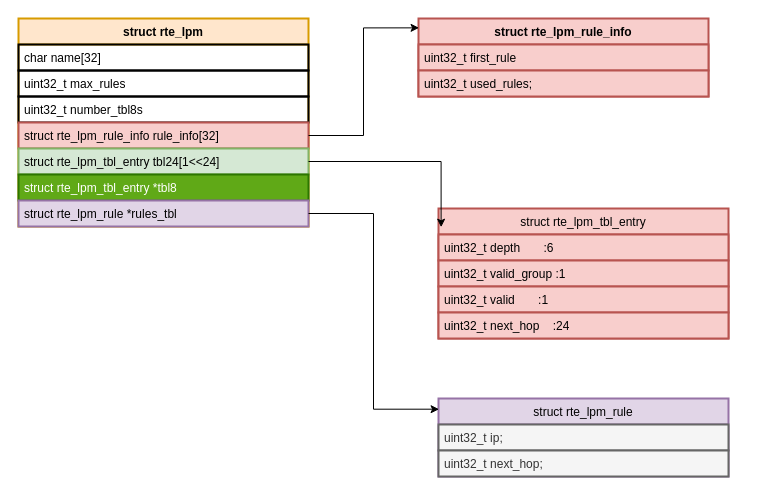
Above: new_map/dpdk lpm.drawio in jin13417/dpdk-vpp-learning (draw.io), before the change. Source tidied: cells renumbered, new cells numbered last; positions are measured from the earlier drawing's top-left corner, leaving out a move shared by most shapes. Both pictures are drawn from the tidied source at 100%, with x=0, y=0 at pixel (18, 18).
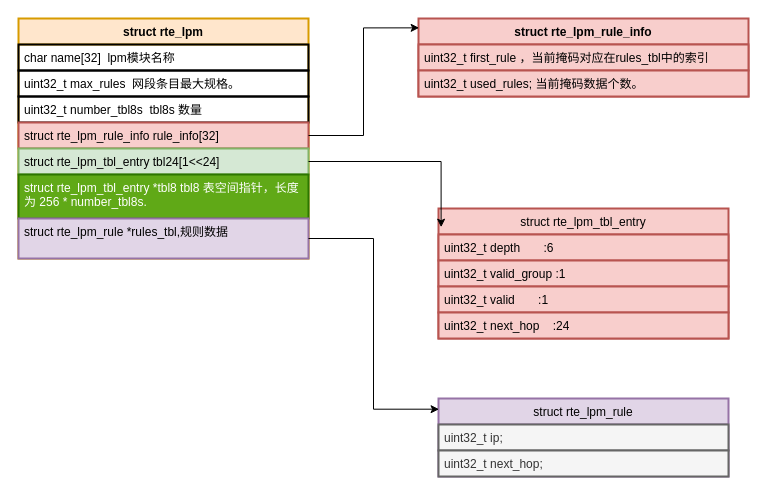
Above is the later version.

Change to the diagram source:
```diff
@@
     <mxCell id="2" value="struct rte_lpm" style="swimlane;fontStyle=1;align=center;verticalAlign=top;horizontal=1;startSize=26;whiteSpace=wrap;html=1;labelBorderColor=none;rounded=0;swimlaneLine=1;strokeWidth=2;fillColor=#ffe6cc;strokeColor=#d79b00;" parent="1" vertex="1">
-      <mxGeometry width="290" height="208" as="geometry" />
+      <mxGeometry width="290" height="240" as="geometry" />
     </mxCell>
-    <mxCell id="3" value="char name[32]" style="text;strokeColor=default;fillColor=none;align=left;verticalAlign=top;spacingLeft=4;spacingRight=4;overflow=hidden;whiteSpace=wrap;html=1;labelBorderColor=none;rounded=0;swimlaneLine=1;strokeWidth=2;" parent="2" vertex="1">
+    <mxCell id="3" value="char name[32]&amp;nbsp; lpm模块名称" style="text;strokeColor=default;fillColor=none;align=left;verticalAlign=top;spacingLeft=4;spacingRight=4;overflow=hidden;whiteSpace=wrap;html=1;labelBorderColor=none;rounded=0;swimlaneLine=1;strokeWidth=2;" parent="2" vertex="1">
       <mxGeometry y="26" width="290" height="26" as="geometry" />
     </mxCell>
-    <mxCell id="4" value="uint32_t max_rules" style="text;strokeColor=default;fillColor=none;align=left;verticalAlign=top;spacingLeft=4;spacingRight=4;overflow=hidden;whiteSpace=wrap;html=1;labelBorderColor=none;rounded=0;swimlaneLine=1;strokeWidth=2;" parent="2" vertex="1">
+    <mxCell id="4" value="uint32_t max_rules&amp;nbsp; 网段条目最大规格。" style="text;strokeColor=default;fillColor=none;align=left;verticalAlign=top;spacingLeft=4;spacingRight=4;overflow=hidden;whiteSpace=wrap;html=1;labelBorderColor=none;rounded=0;swimlaneLine=1;strokeWidth=2;" parent="2" vertex="1">
       <mxGeometry y="52" width="290" height="26" as="geometry" />
     </mxCell>
-    <mxCell id="5" value="uint32_t number_tbl8s" style="text;strokeColor=default;fillColor=none;align=left;verticalAlign=top;spacingLeft=4;spacingRight=4;overflow=hidden;whiteSpace=wrap;html=1;labelBorderColor=none;rounded=0;swimlaneLine=1;strokeWidth=2;" parent="2" vertex="1">
+    <mxCell id="5" value="uint32_t number_tbl8s&amp;nbsp; tbl8s 数量" style="text;strokeColor=default;fillColor=none;align=left;verticalAlign=top;spacingLeft=4;spacingRight=4;overflow=hidden;whiteSpace=wrap;html=1;labelBorderColor=none;rounded=0;swimlaneLine=1;strokeWidth=2;" parent="2" vertex="1">
       <mxGeometry y="78" width="290" height="26" as="geometry" />
     </mxCell>
@@
-    <mxCell id="8" value="struct rte_lpm_tbl_entry *tbl8" style="text;strokeColor=#2D7600;fillColor=#60a917;align=left;verticalAlign=top;spacingLeft=4;spacingRight=4;overflow=hidden;whiteSpace=wrap;html=1;labelBorderColor=none;rounded=0;swimlaneLine=1;strokeWidth=2;fontColor=#ffffff;" parent="2" vertex="1">
-      <mxGeometry y="156" width="290" height="26" as="geometry" />
+    <mxCell id="8" value="struct rte_lpm_tbl_entry *tbl8 tbl8 表空间指针，长度为 256 * number_tbl8s." style="text;strokeColor=#2D7600;fillColor=#60a917;align=left;verticalAlign=top;spacingLeft=4;spacingRight=4;overflow=hidden;whiteSpace=wrap;html=1;labelBorderColor=none;rounded=0;swimlaneLine=1;strokeWidth=2;fontColor=#ffffff;" parent="2" vertex="1">
+      <mxGeometry y="156" width="290" height="44" as="geometry" />
     </mxCell>
-    <mxCell id="9" value="struct rte_lpm_rule *rules_tbl" style="text;strokeColor=#9673a6;fillColor=#e1d5e7;align=left;verticalAlign=top;spacingLeft=4;spacingRight=4;overflow=hidden;points=[[0,0.5],[1,0.5]];portConstraint=eastwest;whiteSpace=wrap;html=1;labelBorderColor=none;rounded=0;swimlaneLine=1;strokeWidth=2;" parent="2" vertex="1">
-      <mxGeometry y="182" width="290" height="26" as="geometry" />
+    <mxCell id="9" value="struct rte_lpm_rule *rules_tbl,规则数据" style="text;strokeColor=#9673a6;fillColor=#e1d5e7;align=left;verticalAlign=top;spacingLeft=4;spacingRight=4;overflow=hidden;points=[[0,0.5],[1,0.5]];portConstraint=eastwest;whiteSpace=wrap;html=1;labelBorderColor=none;rounded=0;swimlaneLine=1;strokeWidth=2;" parent="2" vertex="1">
+      <mxGeometry y="200" width="290" height="40" as="geometry" />
     </mxCell>
     <mxCell id="10" value="struct rte_lpm_rule_info" style="swimlane;fontStyle=1;align=center;verticalAlign=top;horizontal=1;startSize=26;whiteSpace=wrap;html=1;labelBorderColor=none;rounded=0;swimlaneLine=1;strokeWidth=2;fillColor=#f8cecc;strokeColor=#b85450;" parent="1" vertex="1">
-      <mxGeometry x="400" width="290" height="78" as="geometry" />
+      <mxGeometry x="400" width="330" height="78" as="geometry" />
     </mxCell>
-    <mxCell id="11" value="uint32_t first_rule" style="text;strokeColor=#b85450;fillColor=#f8cecc;align=left;verticalAlign=top;spacingLeft=4;spacingRight=4;overflow=hidden;whiteSpace=wrap;html=1;labelBorderColor=none;rounded=0;swimlaneLine=1;strokeWidth=2;" parent="10" vertex="1">
-      <mxGeometry y="26" width="290" height="26" as="geometry" />
+    <mxCell id="11" value="uint32_t first_rule ，当前掩码对应在rules_tbl中的索引" style="text;strokeColor=#b85450;fillColor=#f8cecc;align=left;verticalAlign=top;spacingLeft=4;spacingRight=4;overflow=hidden;whiteSpace=wrap;html=1;labelBorderColor=none;rounded=0;swimlaneLine=1;strokeWidth=2;" parent="10" vertex="1">
+      <mxGeometry y="26" width="330" height="26" as="geometry" />
     </mxCell>
-    <mxCell id="12" value="uint32_t used_rules;" style="text;strokeColor=#b85450;fillColor=#f8cecc;align=left;verticalAlign=top;spacingLeft=4;spacingRight=4;overflow=hidden;whiteSpace=wrap;html=1;labelBorderColor=none;rounded=0;swimlaneLine=1;strokeWidth=2;" parent="10" vertex="1">
-      <mxGeometry y="52" width="290" height="26" as="geometry" />
+    <mxCell id="12" value="uint32_t used_rules; 当前掩码数据个数。" style="text;strokeColor=#b85450;fillColor=#f8cecc;align=left;verticalAlign=top;spacingLeft=4;spacingRight=4;overflow=hidden;whiteSpace=wrap;html=1;labelBorderColor=none;rounded=0;swimlaneLine=1;strokeWidth=2;" parent="10" vertex="1">
+      <mxGeometry y="52" width="330" height="26" as="geometry" />
     </mxCell>
```
